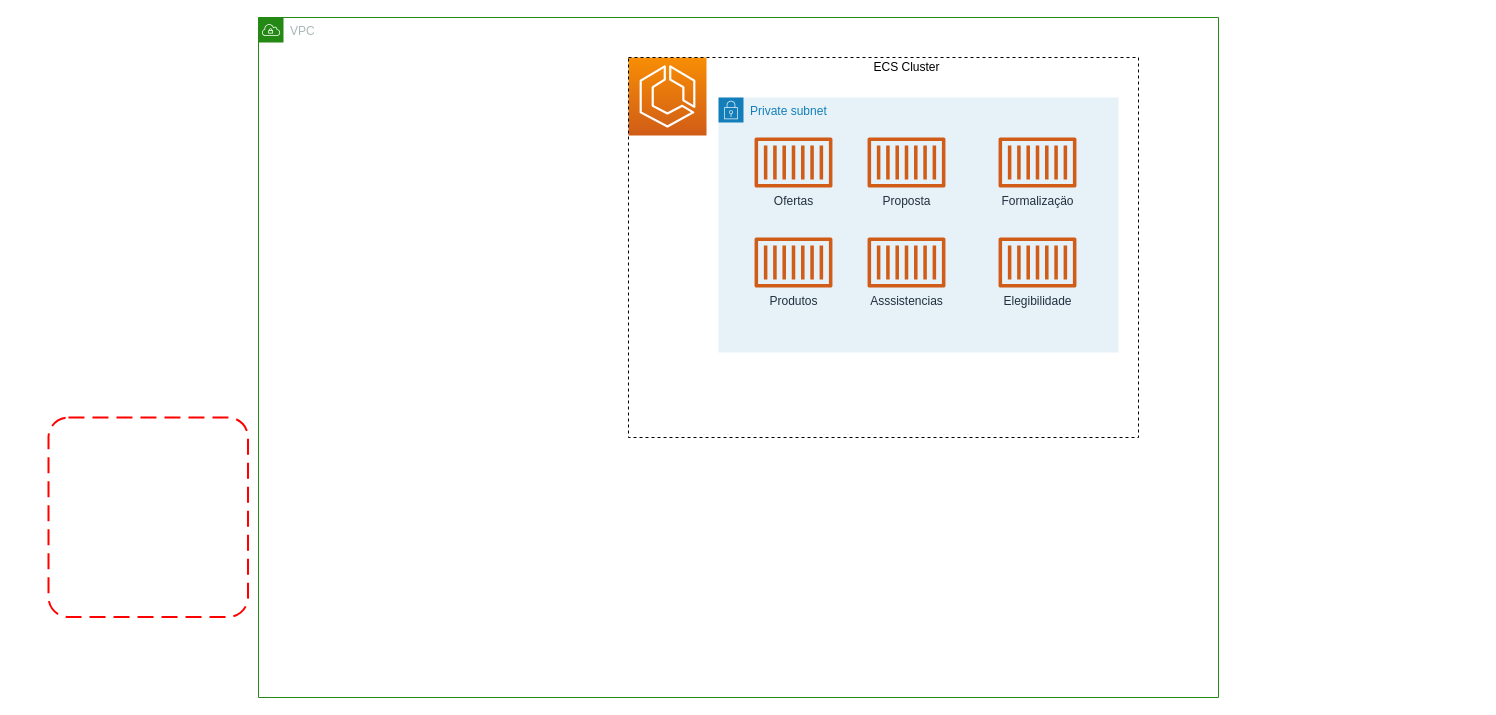
Above: localInsurance.drawio in osnirmaster/localinsurance (draw.io), before the change. Source tidied: cells renumbered, new cells numbered last; positions are measured from the earlier drawing's top-left corner, leaving out a move shared by most shapes. Both pictures are drawn from the tidied source at 100%, with x=0, y=0 at pixel (48, 17).
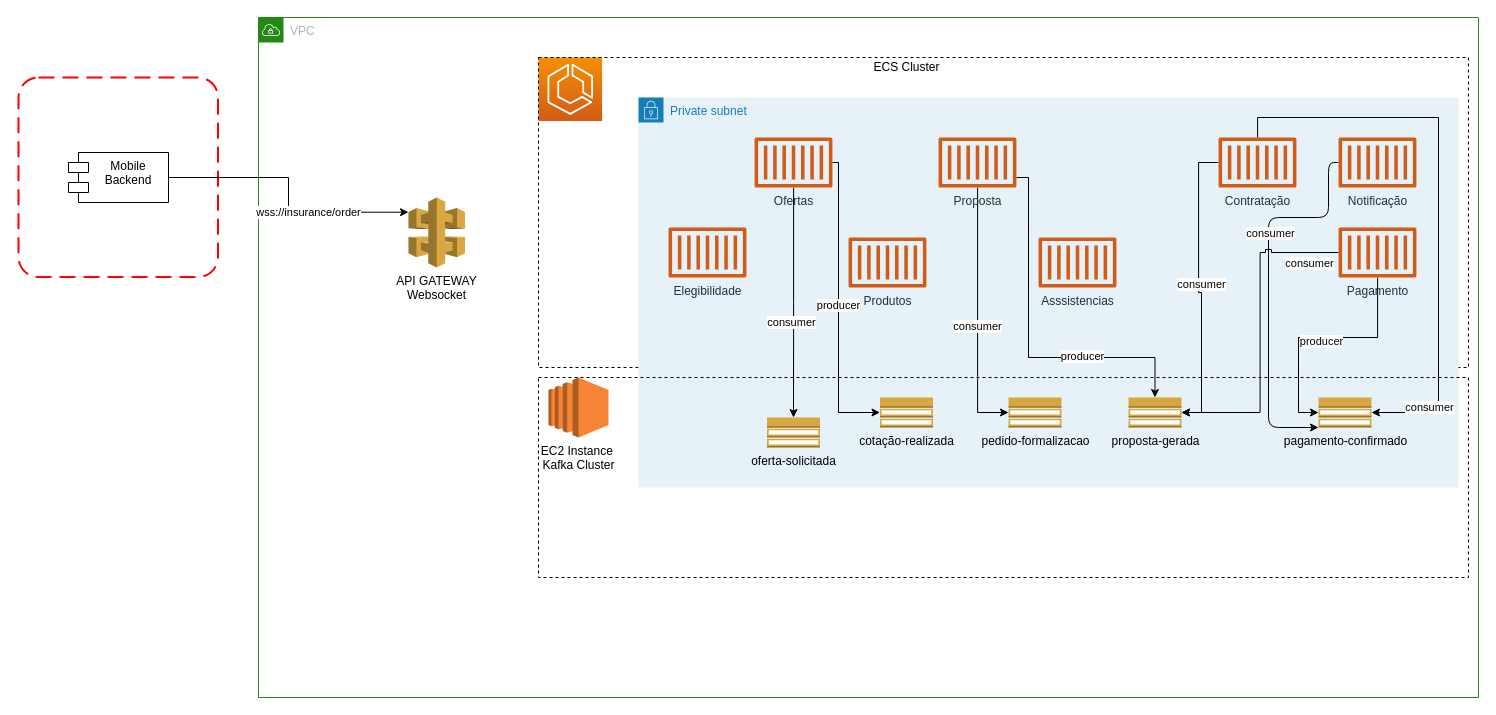
After the change.

Unchanged cells that the change refers to:
```xml
<mxCell id="8" value="Ofertas" style="outlineConnect=0;fontColor=#232F3E;gradientColor=none;fillColor=#D05C17;strokeColor=none;dashed=0;verticalLabelPosition=bottom;verticalAlign=top;align=center;html=1;fontSize=12;fontStyle=0;shape=mxgraph.aws4.container_1;" parent="1" vertex="1">
  <mxGeometry x="706" y="120" width="78" height="50" as="geometry" />
</mxCell>
```

Change to the diagram source:
```diff
@@
+    <mxCell id="5" value="VPC" style="gradientColor=none;html=1;whiteSpace=wrap;fontSize=12;fontStyle=0;shape=mxgraph.aws4.group;grIcon=mxgraph.aws4.group_vpc;strokeColor=#248814;fillColor=none;verticalAlign=top;align=left;spacingLeft=30;fontColor=#AAB7B8;dashed=0;" parent="1" vertex="1">
+      <mxGeometry x="210" width="1220" height="680" as="geometry" />
+    </mxCell>
     <mxCell id="2" style="group;" parent="1" vertex="1">
-      <mxGeometry x="580" y="40" width="510" height="380" as="geometry" />
+      <mxGeometry x="490" y="40" width="930" height="310" as="geometry" />
     </mxCell>
     <mxCell id="3" style="fontColor=#232F3E;gradientColor=#F78E04;gradientDirection=north;fillColor=#D05C17;strokeColor=#ffffff;dashed=0;verticalLabelPosition=bottom;verticalAlign=top;align=center;html=1;fontSize=12;fontStyle=0;shape=mxgraph.aws4.resourceIcon;resIcon=mxgraph.aws4.ecs;" parent="2" vertex="1">
-      <mxGeometry width="78" height="78" as="geometry" />
+      <mxGeometry width="63.6" height="63.6" as="geometry" />
     </mxCell>
     <mxCell id="4" style="whiteSpace=wrap;html=1;fillColor=none;dashed=1;" parent="2" vertex="1">
-      <mxGeometry width="510" height="380" as="geometry" />
+      <mxGeometry width="930" height="310" as="geometry" />
     </mxCell>
-    <mxCell id="5" value="VPC" style="gradientColor=none;html=1;whiteSpace=wrap;fontSize=12;fontStyle=0;shape=mxgraph.aws4.group;grIcon=mxgraph.aws4.group_vpc;strokeColor=#248814;fillColor=none;verticalAlign=top;align=left;spacingLeft=30;fontColor=#AAB7B8;dashed=0;" parent="1" vertex="1">
-      <mxGeometry x="210" width="960" height="680" as="geometry" />
-    </mxCell>
+    <mxCell id="7" value="Private subnet" style="gradientColor=none;html=1;whiteSpace=wrap;fontSize=12;fontStyle=0;shape=mxgraph.aws4.group;grIcon=mxgraph.aws4.group_security_group;grStroke=0;strokeColor=#147EBA;fillColor=#E6F2F8;verticalAlign=top;align=left;spacingLeft=30;fontColor=#147EBA;dashed=0;" parent="1" vertex="1">
+      <mxGeometry x="590" y="80" width="820" height="390" as="geometry" />
+    </mxCell>
     <mxCell id="6" style="rounded=1;arcSize=10;dashed=1;strokeColor=#ff0000;fillColor=none;gradientColor=none;dashPattern=8 4;strokeWidth=2;" parent="1" vertex="1">
-      <mxGeometry y="400" width="199.5" height="199.5" as="geometry" />
+      <mxGeometry x="-30" y="60" width="199.5" height="199.5" as="geometry" />
     </mxCell>
-    <mxCell id="7" value="Private subnet" style="gradientColor=none;html=1;whiteSpace=wrap;fontSize=12;fontStyle=0;shape=mxgraph.aws4.group;grIcon=mxgraph.aws4.group_security_group;grStroke=0;strokeColor=#147EBA;fillColor=#E6F2F8;verticalAlign=top;align=left;spacingLeft=30;fontColor=#147EBA;dashed=0;" parent="1" vertex="1">
-      <mxGeometry x="670" y="80" width="400" height="255" as="geometry" />
-    </mxCell>
+    <mxCell id="15" style="edgeStyle=orthogonalEdgeStyle;rounded=0;jettySize=auto;html=1;entryX=0.5;entryY=0;entryDx=0;entryDy=0;entryPerimeter=0;" parent="1" edge="1" source="8" target="29">
+      <mxGeometry relative="1" as="geometry" />
+    </mxCell>
+    <mxCell id="16" value="consumer" style="edgeLabel;html=1;align=center;verticalAlign=middle;" parent="15" vertex="1">
+      <mxGeometry x="0.17" y="-3" relative="1" as="geometry" />
+    </mxCell>
+    <mxCell id="17" style="edgeStyle=orthogonalEdgeStyle;rounded=0;jettySize=auto;html=1;entryX=0;entryY=0.5;entryDx=0;entryDy=0;entryPerimeter=0;" parent="1" edge="1" source="8" target="31">
+      <mxGeometry relative="1" as="geometry">
+        <Array as="points">
+          <mxPoint x="790" y="145" />
+          <mxPoint x="790" y="395" />
+        </Array>
+      </mxGeometry>
+    </mxCell>
+    <mxCell id="18" value="producer" style="edgeLabel;html=1;align=center;verticalAlign=middle;" parent="17" vertex="1">
+      <mxGeometry y="-1" relative="1" as="geometry" />
+    </mxCell>
@@
-    <mxCell id="9" value="Proposta" style="outlineConnect=0;fontColor=#232F3E;gradientColor=none;fillColor=#D05C17;strokeColor=none;dashed=0;verticalLabelPosition=bottom;verticalAlign=top;align=center;html=1;fontSize=12;fontStyle=0;shape=mxgraph.aws4.container_1;" parent="1" vertex="1">
-      <mxGeometry x="819" y="120" width="78" height="50" as="geometry" />
-    </mxCell>
+    <mxCell id="19" style="edgeStyle=orthogonalEdgeStyle;rounded=0;jettySize=auto;html=1;entryX=0;entryY=0.5;entryDx=0;entryDy=0;entryPerimeter=0;" parent="1" edge="1" source="9" target="30">
+      <mxGeometry relative="1" as="geometry" />
+    </mxCell>
+    <mxCell id="20" value="consumer" style="edgeLabel;html=1;align=center;verticalAlign=middle;" parent="19" vertex="1">
+      <mxGeometry x="0.08" y="-1" relative="1" as="geometry" />
+    </mxCell>
+    <mxCell id="21" style="edgeStyle=orthogonalEdgeStyle;rounded=0;jettySize=auto;html=1;entryX=0.5;entryY=0;entryDx=0;entryDy=0;entryPerimeter=0;" parent="1" edge="1" source="9" target="32">
+      <mxGeometry relative="1" as="geometry">
+        <Array as="points">
+          <mxPoint x="980" y="160" />
+          <mxPoint x="980" y="340" />
+          <mxPoint x="1107" y="340" />
+        </Array>
+      </mxGeometry>
+    </mxCell>
+    <mxCell id="22" value="producer" style="edgeLabel;html=1;align=center;verticalAlign=middle;" parent="21" vertex="1">
+      <mxGeometry x="0.37" y="2" relative="1" as="geometry" />
+    </mxCell>
     <mxCell id="10" value="Produtos" style="fontColor=#232F3E;gradientColor=none;fillColor=#D05C17;strokeColor=none;dashed=0;verticalLabelPosition=bottom;verticalAlign=top;align=center;html=1;fontSize=12;fontStyle=0;shape=mxgraph.aws4.container_1;" parent="1" vertex="1">
-      <mxGeometry x="706" y="220" width="78" height="50" as="geometry" />
+      <mxGeometry x="800" y="220" width="78" height="50" as="geometry" />
     </mxCell>
     <mxCell id="11" value="Asssistencias" style="fontColor=#232F3E;gradientColor=none;fillColor=#D05C17;strokeColor=none;dashed=0;verticalLabelPosition=bottom;verticalAlign=top;align=center;html=1;fontSize=12;fontStyle=0;shape=mxgraph.aws4.container_1;" parent="1" vertex="1">
-      <mxGeometry x="819" y="220" width="78" height="50" as="geometry" />
+      <mxGeometry x="990" y="220" width="78" height="50" as="geometry" />
     </mxCell>
+    <mxCell id="23" style="edgeStyle=orthogonalEdgeStyle;rounded=0;jettySize=auto;html=1;entryX=1;entryY=0.5;entryDx=0;entryDy=0;entryPerimeter=0;" parent="1" edge="1" source="12" target="32">
+      <mxGeometry relative="1" as="geometry" />
+    </mxCell>
+    <mxCell id="24" value="consumer" style="edgeLabel;html=1;align=center;verticalAlign=middle;" parent="23" vertex="1">
+      <mxGeometry x="-0.04" y="2" relative="1" as="geometry" />
+    </mxCell>
+    <mxCell id="25" style="edgeStyle=orthogonalEdgeStyle;rounded=0;jettySize=auto;html=1;entryX=1;entryY=0.5;entryDx=0;entryDy=0;entryPerimeter=0;" parent="1" edge="1" source="12" target="41">
+      <mxGeometry relative="1" as="geometry">
+        <Array as="points">
+          <mxPoint x="1209" y="100" />
+          <mxPoint x="1390" y="100" />
+          <mxPoint x="1390" y="395" />
+        </Array>
+      </mxGeometry>
+    </mxCell>
+    <mxCell id="26" value="consumer" style="edgeLabel;html=1;align=center;verticalAlign=middle;" parent="25" vertex="1">
+      <mxGeometry x="0.57" y="3" relative="1" as="geometry">
+        <mxPoint x="-13" y="48" as="offset" />
+      </mxGeometry>
+    </mxCell>
-    <mxCell id="12" value="Formalizaçäo" style="outlineConnect=0;fontColor=#232F3E;gradientColor=none;fillColor=#D05C17;strokeColor=none;dashed=0;verticalLabelPosition=bottom;verticalAlign=top;align=center;html=1;fontSize=12;fontStyle=0;shape=mxgraph.aws4.container_1;" parent="1" vertex="1">
-      <mxGeometry x="950" y="120" width="78" height="50" as="geometry" />
+    <mxCell id="12" value="Contratação" style="outlineConnect=0;fontColor=#232F3E;gradientColor=none;fillColor=#D05C17;strokeColor=none;dashed=0;verticalLabelPosition=bottom;verticalAlign=top;align=center;html=1;fontSize=12;fontStyle=0;shape=mxgraph.aws4.container_1;" parent="1" vertex="1">
+      <mxGeometry x="1170" y="120" width="78" height="50" as="geometry" />
     </mxCell>
     <mxCell id="13" value="Elegibilidade" style="fontColor=#232F3E;gradientColor=none;fillColor=#D05C17;strokeColor=none;dashed=0;verticalLabelPosition=bottom;verticalAlign=top;align=center;html=1;fontSize=12;fontStyle=0;shape=mxgraph.aws4.container_1;" parent="1" vertex="1">
-      <mxGeometry x="950" y="220" width="78" height="50" as="geometry" />
+      <mxGeometry x="620" y="210" width="78" height="50" as="geometry" />
     </mxCell>
@@
+    <mxCell id="27" style="whiteSpace=wrap;html=1;fillColor=none;dashed=1;" parent="1" vertex="1">
+      <mxGeometry x="490" y="360" width="930" height="200" as="geometry" />
+    </mxCell>
+    <mxCell id="28" value="EC2 Instance&amp;nbsp;&lt;br&gt;Kafka Cluster" style="dashed=0;verticalLabelPosition=bottom;verticalAlign=top;align=center;html=1;shape=mxgraph.aws3.ec2;fillColor=#F58534;gradientColor=none;" parent="1" vertex="1">
+      <mxGeometry x="500" y="360" width="60" height="60" as="geometry" />
+    </mxCell>
+    <mxCell id="29" value="oferta-solicitada" style="outlineConnect=0;dashed=0;verticalLabelPosition=bottom;verticalAlign=top;align=center;html=1;shape=mxgraph.aws3.topic_2;fillColor=#D9A741;gradientColor=none;" parent="1" vertex="1">
+      <mxGeometry x="718.5" y="400" width="53" height="30" as="geometry" />
+    </mxCell>
+    <mxCell id="30" value="pedido-formalizacao" style="outlineConnect=0;dashed=0;verticalLabelPosition=bottom;verticalAlign=top;align=center;html=1;shape=mxgraph.aws3.topic_2;fillColor=#D9A741;gradientColor=none;" parent="1" vertex="1">
+      <mxGeometry x="960" y="380" width="53" height="30" as="geometry" />
+    </mxCell>
+    <mxCell id="31" value="cotação-realizada" style="outlineConnect=0;dashed=0;verticalLabelPosition=bottom;verticalAlign=top;align=center;html=1;shape=mxgraph.aws3.topic_2;fillColor=#D9A741;gradientColor=none;" parent="1" vertex="1">
+      <mxGeometry x="831.5" y="380" width="53" height="30" as="geometry" />
+    </mxCell>
+    <mxCell id="32" value="proposta-gerada" style="outlineConnect=0;dashed=0;verticalLabelPosition=bottom;verticalAlign=top;align=center;html=1;shape=mxgraph.aws3.topic_2;fillColor=#D9A741;gradientColor=none;" parent="1" vertex="1">
+      <mxGeometry x="1080" y="380" width="53" height="30" as="geometry" />
+    </mxCell>
+    <mxCell id="33" style="edgeStyle=orthogonalEdgeStyle;jettySize=auto;html=1;entryX=0;entryY=1;entryDx=0;entryDy=0;entryPerimeter=0;rounded=1;sketch=0;shadow=0;jumpStyle=sharp;" parent="1" edge="1" source="35" target="41">
+      <mxGeometry relative="1" as="geometry">
+        <Array as="points">
+          <mxPoint x="1280" y="145" />
+          <mxPoint x="1280" y="200" />
+          <mxPoint x="1220" y="200" />
+          <mxPoint x="1220" y="410" />
+        </Array>
+      </mxGeometry>
+    </mxCell>
+    <mxCell id="34" value="consumer" style="edgeLabel;html=1;align=center;verticalAlign=middle;" parent="33" vertex="1">
+      <mxGeometry x="-0.27" y="1" relative="1" as="geometry" />
+    </mxCell>
+    <mxCell id="35" value="Notificação" style="outlineConnect=0;fontColor=#232F3E;gradientColor=none;fillColor=#D05C17;strokeColor=none;dashed=0;verticalLabelPosition=bottom;verticalAlign=top;align=center;html=1;fontSize=12;fontStyle=0;shape=mxgraph.aws4.container_1;" parent="1" vertex="1">
+      <mxGeometry x="1290" y="120" width="78" height="50" as="geometry" />
+    </mxCell>
+    <mxCell id="36" style="edgeStyle=orthogonalEdgeStyle;rounded=0;jettySize=auto;html=1;entryX=1;entryY=0.5;entryDx=0;entryDy=0;entryPerimeter=0;jumpStyle=sharp;" parent="1" edge="1" source="40" target="32">
+      <mxGeometry relative="1" as="geometry" />
+    </mxCell>
+    <mxCell id="37" value="consumer" style="edgeLabel;html=1;align=center;verticalAlign=middle;" parent="36" vertex="1">
+      <mxGeometry x="-0.85" y="4" relative="1" as="geometry">
+        <mxPoint x="-6" y="6" as="offset" />
+      </mxGeometry>
+    </mxCell>
+    <mxCell id="38" style="edgeStyle=orthogonalEdgeStyle;rounded=0;jettySize=auto;html=1;entryX=0;entryY=0.5;entryDx=0;entryDy=0;entryPerimeter=0;" parent="1" edge="1" source="40" target="41">
+      <mxGeometry relative="1" as="geometry" />
+    </mxCell>
+    <mxCell id="39" value="producer" style="edgeLabel;html=1;align=center;verticalAlign=middle;" parent="38" vertex="1">
+      <mxGeometry y="3" relative="1" as="geometry" />
+    </mxCell>
+    <mxCell id="40" value="Pagamento" style="outlineConnect=0;fontColor=#232F3E;gradientColor=none;fillColor=#D05C17;strokeColor=none;dashed=0;verticalLabelPosition=bottom;verticalAlign=top;align=center;html=1;fontSize=12;fontStyle=0;shape=mxgraph.aws4.container_1;" parent="1" vertex="1">
+      <mxGeometry x="1290" y="210" width="78" height="50" as="geometry" />
+    </mxCell>
+    <mxCell id="9" value="Proposta" style="outlineConnect=0;fontColor=#232F3E;gradientColor=none;fillColor=#D05C17;strokeColor=none;dashed=0;verticalLabelPosition=bottom;verticalAlign=top;align=center;html=1;fontSize=12;fontStyle=0;shape=mxgraph.aws4.container_1;" parent="1" vertex="1">
+      <mxGeometry x="890" y="120" width="78" height="50" as="geometry" />
+    </mxCell>
+    <mxCell id="41" value="pagamento-confirmado" style="outlineConnect=0;dashed=0;verticalLabelPosition=bottom;verticalAlign=top;align=center;html=1;shape=mxgraph.aws3.topic_2;fillColor=#D9A741;gradientColor=none;" parent="1" vertex="1">
+      <mxGeometry x="1270" y="380" width="53" height="30" as="geometry" />
+    </mxCell>
+    <mxCell id="42" value="API GATEWAY&lt;br&gt;Websocket" style="outlineConnect=0;dashed=0;verticalLabelPosition=bottom;verticalAlign=top;align=center;html=1;shape=mxgraph.aws3.api_gateway;fillColor=#D9A741;gradientColor=none;" parent="1" vertex="1">
+      <mxGeometry x="360" y="180" width="56.5" height="70" as="geometry" />
+    </mxCell>
+    <mxCell id="43" style="edgeStyle=orthogonalEdgeStyle;rounded=0;sketch=0;jumpStyle=sharp;jettySize=auto;html=1;exitX=1;exitY=0.5;exitDx=0;exitDy=0;entryX=0;entryY=0.21;entryDx=0;entryDy=0;entryPerimeter=0;shadow=0;" parent="1" edge="1" source="45" target="42">
+      <mxGeometry relative="1" as="geometry" />
+    </mxCell>
+    <mxCell id="44" value="wss://insurance/order" style="edgeLabel;html=1;align=center;verticalAlign=middle;" parent="43" vertex="1">
+      <mxGeometry x="0.27" relative="1" as="geometry" />
+    </mxCell>
+    <mxCell id="45" value="Mobile&#10;Backend" style="shape=module;align=left;spacingLeft=20;align=center;verticalAlign=top;" parent="1" vertex="1">
+      <mxGeometry x="20" y="135" width="100" height="50" as="geometry" />
+    </mxCell>
```
